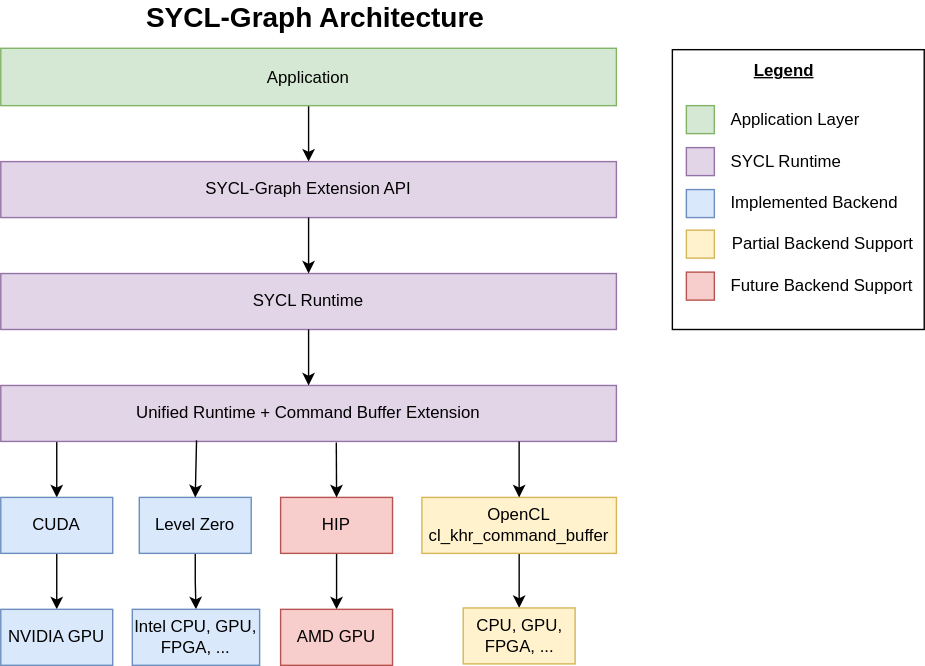
This is sycl/doc/design/images/SYCL-Graph-Architecture.svg from intel/llvm, a draw.io export, as it was before one commit. Source tidied: cells renumbered, new cells last; positions are measured from the earlier drawing's top-left corner, leaving out a move shared by most shapes.
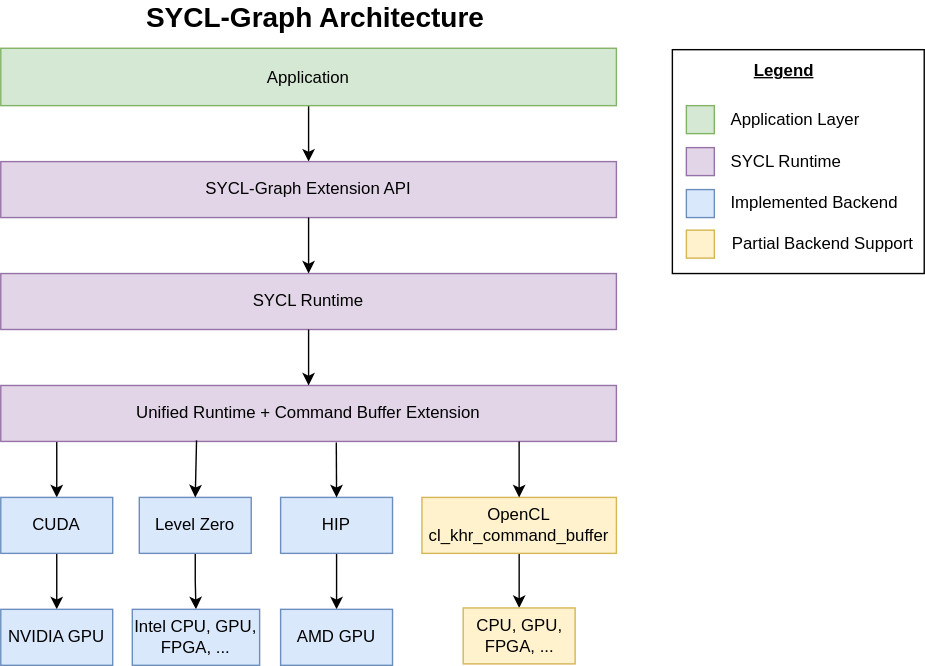
Later version of the same file.

Change to the diagram source:
```diff
@@ -46,7 +46,7 @@
     <mxCell id="14" style="edgeStyle=orthogonalEdgeStyle;rounded=0;jettySize=auto;html=1;" parent="1" edge="1" source="15" target="18">
       <mxGeometry relative="1" as="geometry" />
     </mxCell>
-    <mxCell id="15" value="HIP" style="rounded=0;whiteSpace=wrap;html=1;fillColor=#f8cecc;strokeColor=#b85450;" parent="1" vertex="1">
+    <mxCell id="15" value="HIP" style="rounded=0;whiteSpace=wrap;html=1;fillColor=#dae8fc;strokeColor=#6c8ebf;" parent="1" vertex="1">
       <mxGeometry x="200" y="345" width="80" height="40" as="geometry" />
     </mxCell>
     <mxCell id="16" style="edgeStyle=orthogonalEdgeStyle;rounded=0;jettySize=auto;html=1;" parent="1" edge="1" source="17" target="19">
@@ -55,7 +55,7 @@
     <mxCell id="17" value="OpenCL cl_khr_command_buffer" style="rounded=0;whiteSpace=wrap;html=1;fillColor=#fff2cc;strokeColor=#d6b656;" parent="1" vertex="1">
       <mxGeometry x="301" y="345" width="139" height="40" as="geometry" />
     </mxCell>
-    <mxCell id="18" value="AMD GPU" style="rounded=0;whiteSpace=wrap;html=1;fillColor=#f8cecc;strokeColor=#b85450;" parent="1" vertex="1">
+    <mxCell id="18" value="AMD GPU" style="rounded=0;whiteSpace=wrap;html=1;fillColor=#dae8fc;strokeColor=#6c8ebf;" parent="1" vertex="1">
       <mxGeometry x="200" y="425" width="80" height="40" as="geometry" />
     </mxCell>
     <mxCell id="19" value="CPU, GPU, FPGA, ..." style="rounded=0;whiteSpace=wrap;html=1;fillColor=#fff2cc;strokeColor=#d6b656;" parent="1" vertex="1">
@@ -82,7 +82,7 @@
       <mxGeometry x="10" width="430" height="20" as="geometry" />
     </mxCell>
     <mxCell id="26" value="&lt;p align=&quot;center&quot; style=&quot;line-height: 90%;&quot;&gt;&lt;br&gt;&lt;/p&gt;" style="rounded=0;whiteSpace=wrap;html=1;align=center;" parent="1" vertex="1">
-      <mxGeometry x="480" y="25" width="180" height="200" as="geometry" />
+      <mxGeometry x="480" y="25" width="180" height="160" as="geometry" />
     </mxCell>
     <mxCell id="27" style="whiteSpace=wrap;html=1;fillColor=#d5e8d4;strokeColor=#82b366;" parent="1" vertex="1">
       <mxGeometry x="490" y="65" width="20" height="20" as="geometry" />
@@ -93,9 +93,6 @@
     <mxCell id="29" style="whiteSpace=wrap;html=1;fillColor=#dae8fc;strokeColor=#6c8ebf;" parent="1" vertex="1">
       <mxGeometry x="490" y="125" width="20" height="20" as="geometry" />
     </mxCell>
-    <mxCell id="30" style="whiteSpace=wrap;html=1;fillColor=#f8cecc;strokeColor=#b85450;" parent="1" vertex="1">
-      <mxGeometry x="490" y="184" width="20" height="20" as="geometry" />
-    </mxCell>
     <mxCell id="31" value="Application Layer" style="text;html=1;strokeColor=none;fillColor=none;align=left;verticalAlign=middle;whiteSpace=wrap;rounded=0;" parent="1" vertex="1">
       <mxGeometry x="520" y="65" width="110" height="20" as="geometry" />
     </mxCell>
@@ -105,9 +102,6 @@
     <mxCell id="33" value="SYCL Runtime" style="text;html=1;strokeColor=none;fillColor=none;align=left;verticalAlign=middle;whiteSpace=wrap;rounded=0;" parent="1" vertex="1">
       <mxGeometry x="520" y="95" width="110" height="20" as="geometry" />
     </mxCell>
-    <mxCell id="34" value="Future Backend Support" style="text;html=1;strokeColor=none;fillColor=none;align=left;verticalAlign=middle;whiteSpace=wrap;rounded=0;" parent="1" vertex="1">
-      <mxGeometry x="520" y="184" width="140" height="20" as="geometry" />
-    </mxCell>
     <mxCell id="35" value="Legend" style="text;html=1;strokeColor=none;fillColor=none;align=center;verticalAlign=middle;whiteSpace=wrap;rounded=0;fontStyle=5;" parent="1" vertex="1">
       <mxGeometry x="530" y="25" width="60" height="30" as="geometry" />
     </mxCell>
@@ -117,5 +111,8 @@
     <mxCell id="37" value="Partial Backend Support" style="text;html=1;strokeColor=none;fillColor=none;align=left;verticalAlign=middle;whiteSpace=wrap;rounded=0;" parent="1" vertex="1">
       <mxGeometry x="521" y="154" width="139" height="20" as="geometry" />
     </mxCell>
+    <mxCell id="38" style="edgeStyle=orthogonalEdgeStyle;rounded=0;orthogonalLoop=1;jettySize=auto;html=1;exitX=0.5;exitY=1;exitDx=0;exitDy=0;" parent="1" edge="1" source="26" target="26">
+      <mxGeometry relative="1" as="geometry" />
+    </mxCell>
   </root>
 </mxGraphModel>
```
